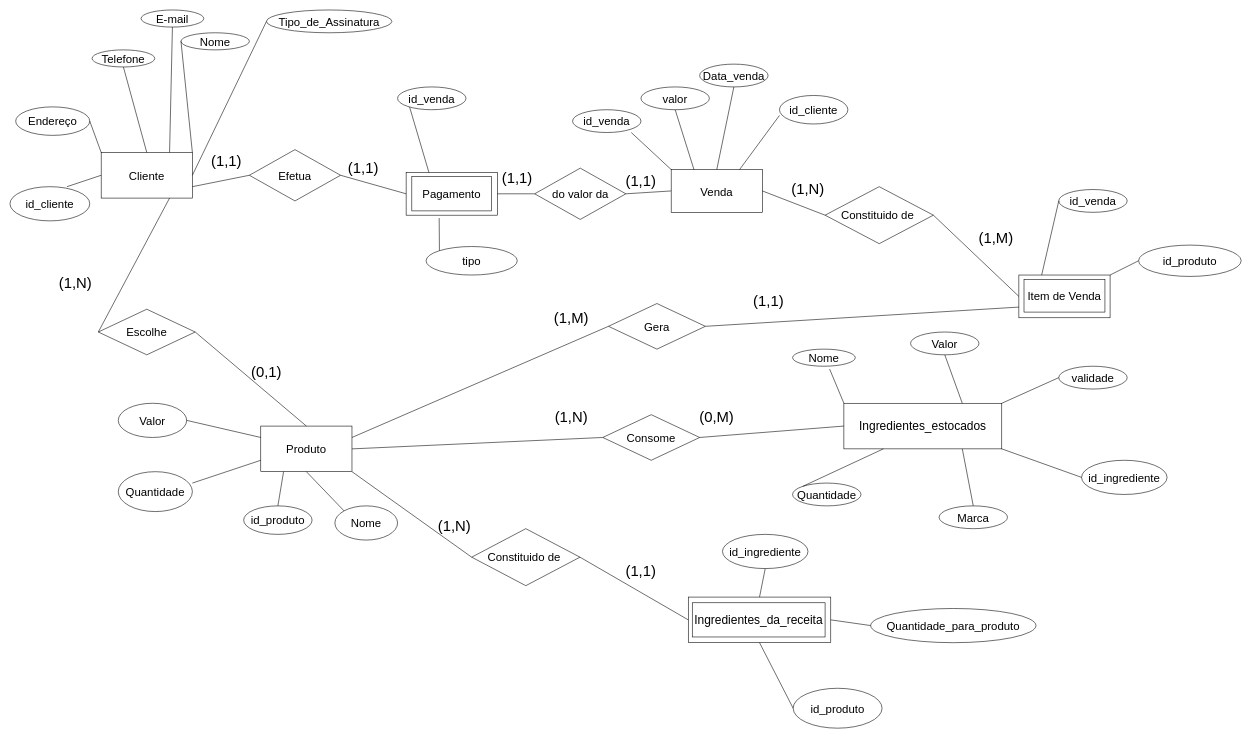
Above: lib/der-padaria.drawio in GustavoBastos04/Sistema-de-padaria (draw.io), before the change. Source tidied: cells renumbered, new cells numbered last; positions are measured from the earlier drawing's top-left corner, leaving out a move shared by most shapes. Both pictures are drawn from the tidied source at 57%, with x=0, y=0 at pixel (10, 10).
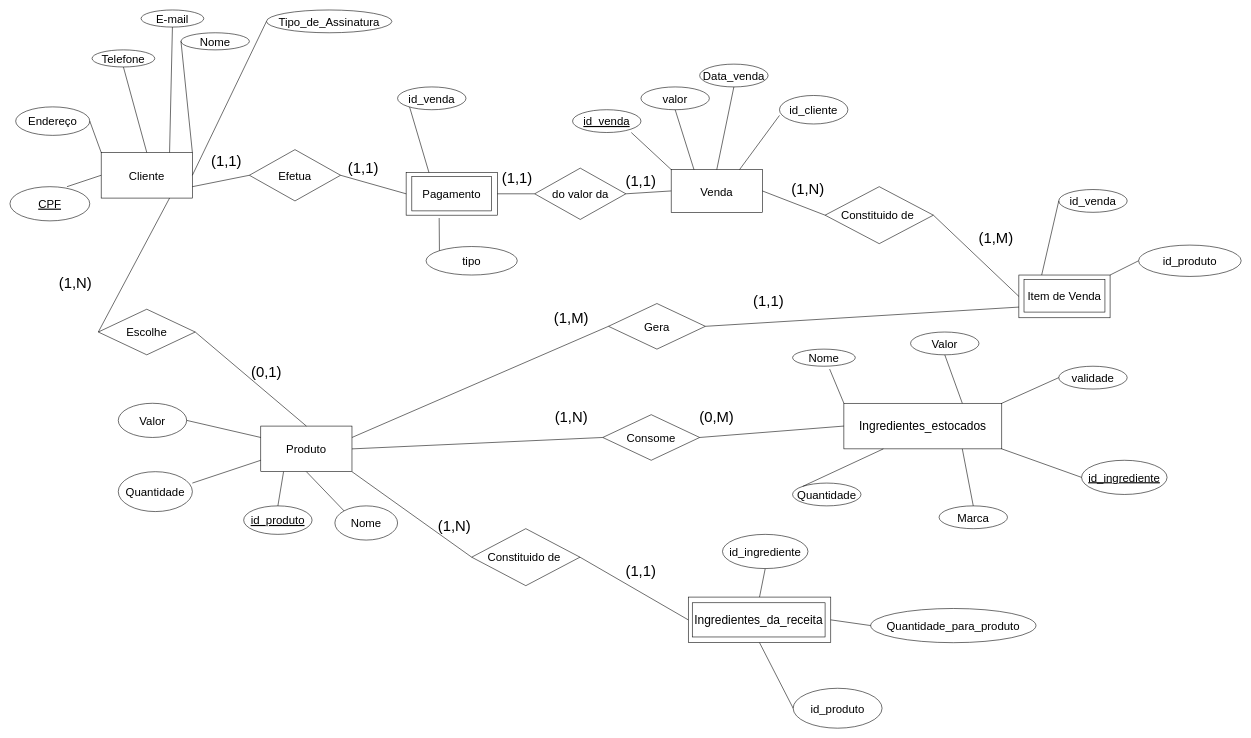
The same page after the edit.

Commit message (it also covers changes not shown here):
modifiquei alguns atributos

alterei o texto das chaves primárias para ficarem sublinhados, de acordo com o padrão sugerido

Change to the diagram source:
```diff
@@
-    <mxCell id="8" value="&lt;font style=&quot;font-size: 20px;&quot;&gt;id_cliente&lt;/font&gt;" style="ellipse;whiteSpace=wrap;html=1;" parent="1" vertex="1">
+    <mxCell id="8" value="&lt;font style=&quot;font-size: 20px;&quot;&gt;&lt;u&gt;CPF&lt;/u&gt;&lt;/font&gt;" style="ellipse;whiteSpace=wrap;html=1;" parent="1" vertex="1">
       <mxGeometry y="310" width="140" height="60" as="geometry" />
     </mxCell>
@@
-    <mxCell id="13" value="&lt;font style=&quot;font-size: 20px;&quot;&gt;id_ingrediente&lt;/font&gt;" style="ellipse;whiteSpace=wrap;html=1;" parent="1" vertex="1">
+    <mxCell id="13" value="&lt;font style=&quot;font-size: 20px;&quot;&gt;&lt;u&gt;id_ingrediente&lt;/u&gt;&lt;/font&gt;" style="ellipse;whiteSpace=wrap;html=1;" parent="1" vertex="1">
       <mxGeometry x="1880" y="790" width="150" height="60" as="geometry" />
     </mxCell>
-    <mxCell id="14" value="&lt;font style=&quot;font-size: 20px;&quot;&gt;id_produto&lt;/font&gt;" style="ellipse;whiteSpace=wrap;html=1;" parent="1" vertex="1">
+    <mxCell id="14" value="&lt;font style=&quot;font-size: 20px;&quot;&gt;&lt;u&gt;id_produto&lt;/u&gt;&lt;/font&gt;" style="ellipse;whiteSpace=wrap;html=1;" parent="1" vertex="1">
       <mxGeometry x="410" y="870" width="120" height="50" as="geometry" />
     </mxCell>
@@
-    <mxCell id="41" value="&lt;font style=&quot;font-size: 20px;&quot;&gt;id_venda&lt;/font&gt;" style="ellipse;whiteSpace=wrap;html=1;" parent="1" vertex="1">
+    <mxCell id="41" value="&lt;font style=&quot;font-size: 20px;&quot;&gt;&lt;u&gt;id_venda&lt;/u&gt;&lt;/font&gt;" style="ellipse;whiteSpace=wrap;html=1;" parent="1" vertex="1">
       <mxGeometry x="987" y="175" width="120" height="40" as="geometry" />
     </mxCell>
```
